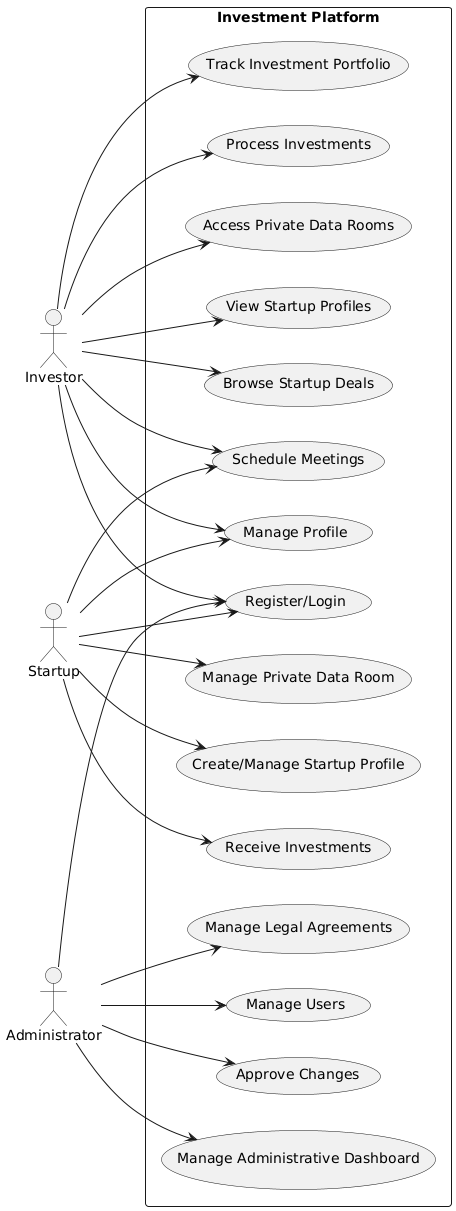
B2D-Ventures/b2d-ventures-docs keeps this PlantUML diagram as assets/images/use_case_diagram.png. Above is the earlier version.
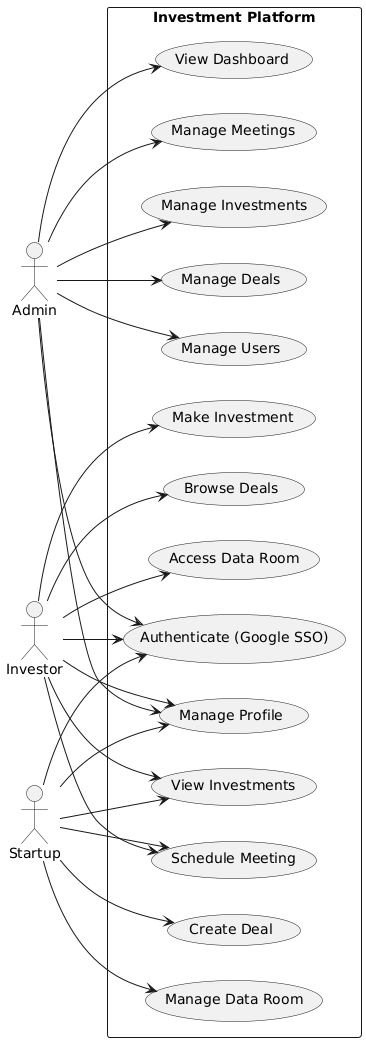
Later version of the same file.

Commit message:
chore: updated use case diagram

Change to the diagram source:
```diff
@@ -1,45 +1,46 @@
 @startuml
 left to right direction
+actor "Admin" as admin
 actor "Investor" as investor
 actor "Startup" as startup
-actor "Administrator" as admin
+
 rectangle "Investment Platform" {
-  usecase "Register/Login" as UC1
-  usecase "Manage Profile" as UC2
-  usecase "Browse Startup Deals" as UC3
-  usecase "View Startup Profiles" as UC4
-  usecase "Access Private Data Rooms" as UC5
-  usecase "Process Investments" as UC6
-  usecase "Track Investment Portfolio" as UC7
-  usecase "Create/Manage Startup Profile" as UC8
-  usecase "Manage Private Data Room" as UC9
-  usecase "Receive Investments" as UC10
-  usecase "Schedule Meetings" as UC11
-  usecase "Manage Administrative Dashboard" as UC12
-  usecase "Approve Changes" as UC13
-  usecase "Manage Users" as UC14
-  usecase "Manage Legal Agreements" as UC15
+  usecase "Manage Users" as UC1
+  usecase "Manage Deals" as UC2
+  usecase "Manage Investments" as UC3
+  usecase "Manage Meetings" as UC5
+  usecase "View Dashboard" as UC6
+  usecase "Browse Deals" as UC7
+  usecase "Make Investment" as UC8
+  usecase "Access Data Room" as UC9
+  usecase "Schedule Meeting" as UC10
+  usecase "Create Deal" as UC11
+  usecase "Manage Data Room" as UC12
+  usecase "View Investments" as UC13
+  usecase "Manage Profile" as UC14
+  usecase "Authenticate (Google SSO)" as UC15
 }
 
-investor --> UC1
-investor --> UC2
-investor --> UC3
-investor --> UC4
-investor --> UC5
-investor --> UC6
+admin --> UC1
+admin --> UC2
+admin --> UC3
+admin --> UC5
+admin --> UC6
+admin --> UC14
+admin --> UC15
+
 investor --> UC7
-investor --> UC11
+investor --> UC8
+investor --> UC9
+investor --> UC10
+investor --> UC13
+investor --> UC14
+investor --> UC15
 
-startup --> UC1
-startup --> UC2
-startup --> UC8
-startup --> UC9
 startup --> UC10
 startup --> UC11
-
-admin --> UC1
-admin --> UC12
-admin --> UC13
-admin --> UC14
-admin --> UC15
+startup --> UC12
+startup --> UC13
+startup --> UC14
+startup --> UC15
 @enduml
```
